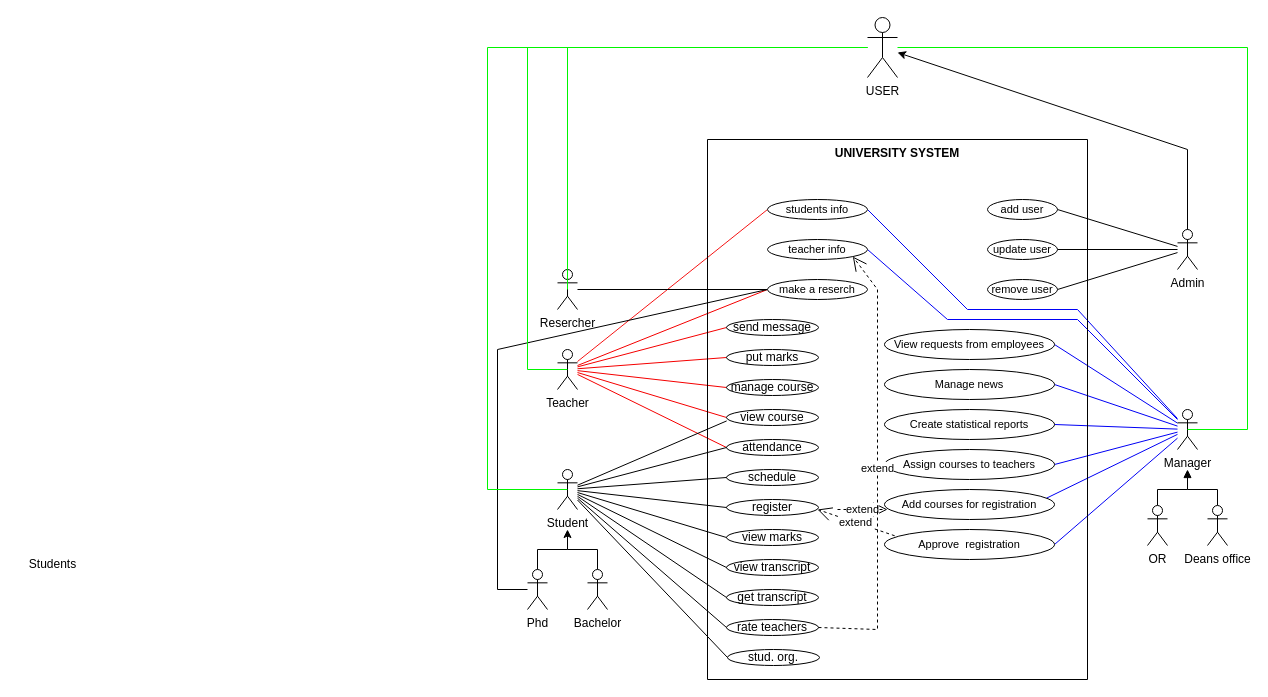
Above: UseCaseDiagram.drawio in nekkka/OOPproject (draw.io), before the change. Source tidied: cells renumbered, new cells numbered last; positions are measured from the earlier drawing's top-left corner, leaving out a move shared by most shapes. Both pictures are drawn from the tidied source at 100%, with x=0, y=0 at pixel (17, 17).
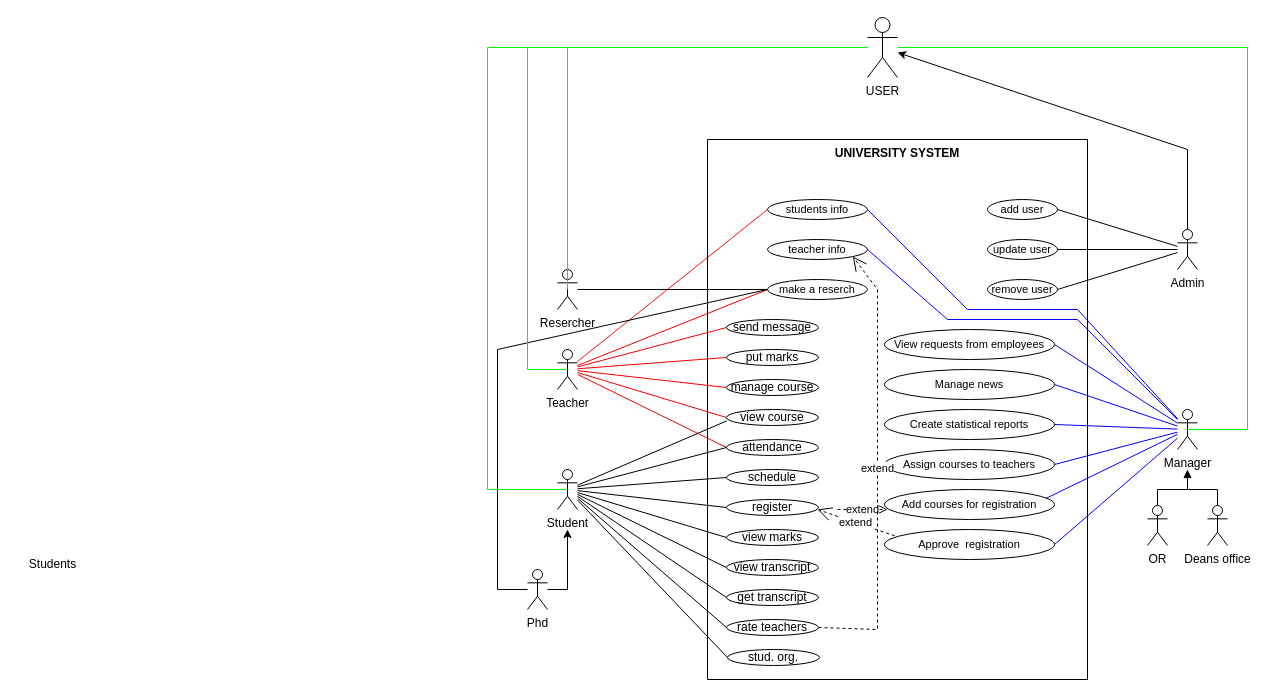
Above is the later version.

Unchanged cells that the change refers to:
```xml
<mxCell id="43" value="Phd" style="shape=umlActor;verticalLabelPosition=bottom;verticalAlign=top;html=1;outlineConnect=0;" parent="1" vertex="1">
  <mxGeometry x="510" y="552" width="20" height="40" as="geometry" />
</mxCell>
```

Change to the diagram source:
```diff
@@
-    <mxCell id="2" style="edgeStyle=none;shape=connector;rounded=0;jettySize=auto;html=1;labelBackgroundColor=default;strokeColor=default;align=center;verticalAlign=middle;fontFamily=Helvetica;fontSize=11;fontColor=default;endArrow=none;" parent="1" edge="1" source="3">
-      <mxGeometry relative="1" as="geometry">
-        <mxPoint x="550" y="532" as="targetPoint" />
-        <Array as="points">
-          <mxPoint x="580" y="532" />
-        </Array>
-      </mxGeometry>
-    </mxCell>
-    <mxCell id="3" value="Bachelor" style="shape=umlActor;verticalLabelPosition=bottom;verticalAlign=top;html=1;outlineConnect=0;" parent="1" vertex="1">
-      <mxGeometry x="570" y="552" width="20" height="40" as="geometry" />
-    </mxCell>
@@
     <mxCell id="41" style="edgeStyle=orthogonalEdgeStyle;rounded=0;jettySize=auto;html=1;" parent="1" edge="1" source="43">
       <mxGeometry relative="1" as="geometry">
         <mxPoint x="550" y="512" as="targetPoint" />
         <Array as="points">
-          <mxPoint x="520" y="532" />
-          <mxPoint x="550" y="532" />
+          <mxPoint x="550" y="572" />
         </Array>
       </mxGeometry>
     </mxCell>
```
